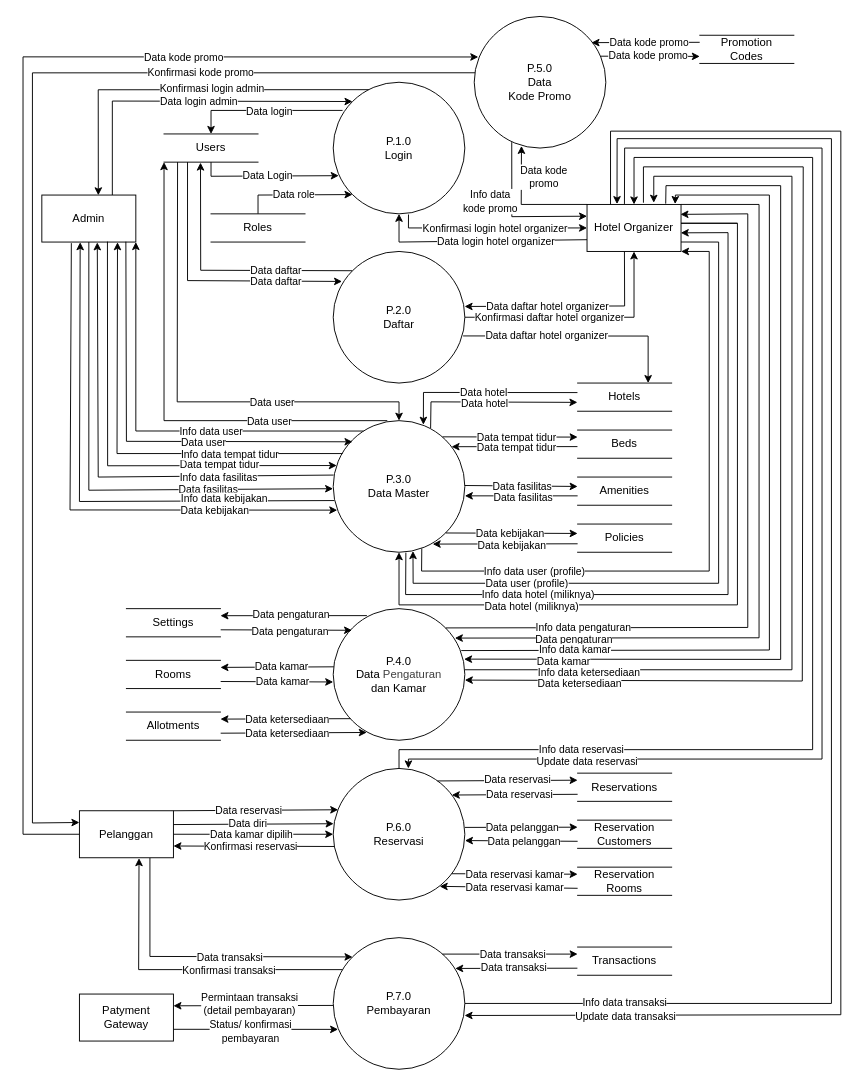
Before: diagram/dfd/dfd-level-0.drawio in Hans-Star18/ta-booking-system, a draw.io diagram. Source tidied: cells renumbered, new cells numbered last; positions are measured from the earlier drawing's top-left corner, leaving out a move shared by most shapes. Both pictures are drawn from the tidied source at 94%, with x=0, y=0 at pixel (23, 16).
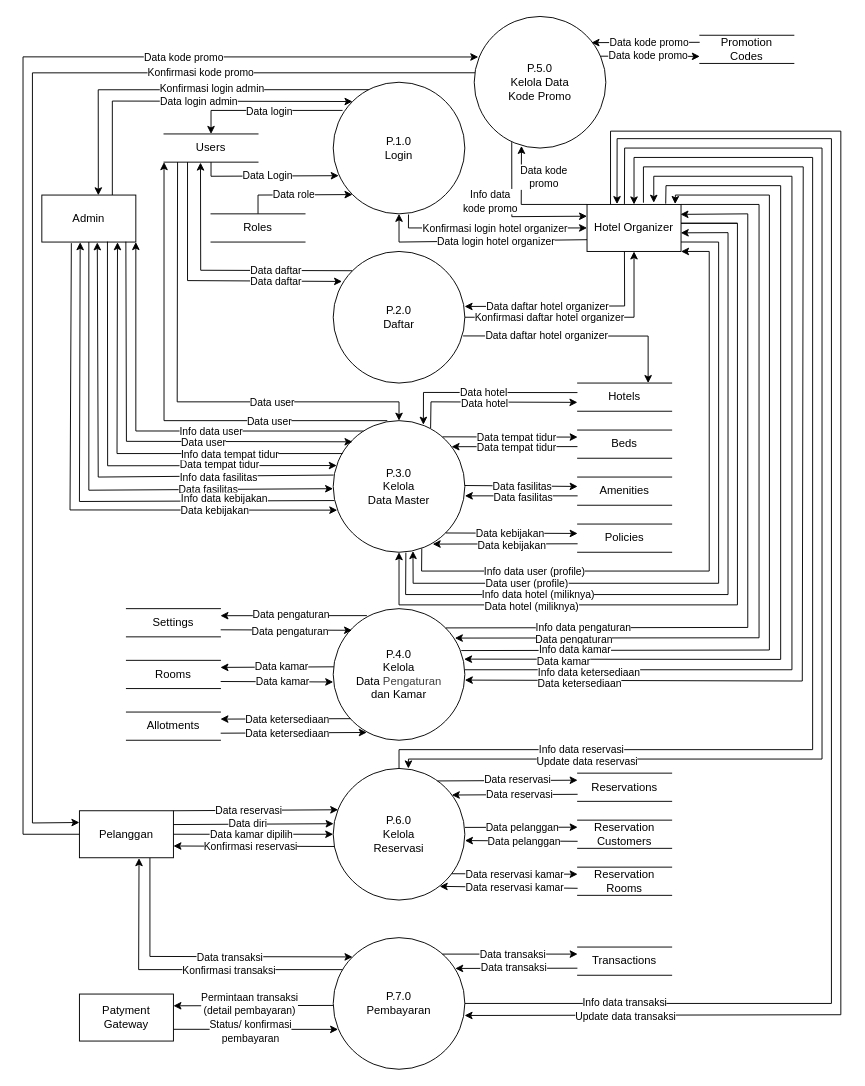
The same page after the edit.

Commit message (it also covers changes not shown here):
refactor(diagram): update diagrams with new process flow

Change to the diagram source:
```diff
@@
-    <mxCell id="3" value="P.3.0&lt;div&gt;Data Master&lt;/div&gt;" style="shape=ellipse;html=1;dashed=0;whiteSpace=wrap;perimeter=ellipsePerimeter;" parent="1" vertex="1">
+    <mxCell id="3" value="P.3.0&lt;div&gt;Kelola&lt;/div&gt;&lt;div&gt;Data Master&lt;/div&gt;" style="shape=ellipse;html=1;dashed=0;whiteSpace=wrap;perimeter=ellipsePerimeter;" parent="1" vertex="1">
       <mxGeometry x="330" y="430" width="140" height="140" as="geometry" />
     </mxCell>
-    <mxCell id="4" value="P.4.0&lt;div&gt;Data&amp;nbsp;&lt;span style=&quot;color: rgb(63, 63, 63); background-color: transparent;&quot;&gt;Pengaturan&lt;/span&gt;&lt;/div&gt;&lt;div&gt;dan Kamar&lt;/div&gt;" style="shape=ellipse;html=1;dashed=0;whiteSpace=wrap;perimeter=ellipsePerimeter;" parent="1" vertex="1">
+    <mxCell id="4" value="P.4.0&lt;div&gt;Kelola&lt;/div&gt;&lt;div&gt;Data&amp;nbsp;&lt;span style=&quot;color: rgb(63, 63, 63); background-color: transparent;&quot;&gt;Pengaturan&lt;/span&gt;&lt;/div&gt;&lt;div&gt;dan Kamar&lt;/div&gt;" style="shape=ellipse;html=1;dashed=0;whiteSpace=wrap;perimeter=ellipsePerimeter;" parent="1" vertex="1">
       <mxGeometry x="330" y="630" width="140" height="140" as="geometry" />
     </mxCell>
-    <mxCell id="5" value="P.5.0&lt;div&gt;Data&lt;/div&gt;&lt;div&gt;Kode Promo&lt;/div&gt;" style="shape=ellipse;html=1;dashed=0;whiteSpace=wrap;perimeter=ellipsePerimeter;" parent="1" vertex="1">
+    <mxCell id="5" value="P.5.0&lt;div&gt;Kelola Data&lt;/div&gt;&lt;div&gt;Kode Promo&lt;/div&gt;" style="shape=ellipse;html=1;dashed=0;whiteSpace=wrap;perimeter=ellipsePerimeter;" parent="1" vertex="1">
       <mxGeometry x="480" width="140" height="140" as="geometry" />
     </mxCell>
-    <mxCell id="6" value="P.6.0&lt;div&gt;Reservasi&lt;/div&gt;" style="shape=ellipse;html=1;dashed=0;whiteSpace=wrap;perimeter=ellipsePerimeter;" parent="1" vertex="1">
+    <mxCell id="6" value="P.6.0&lt;div&gt;Kelola&lt;/div&gt;&lt;div&gt;Reservasi&lt;/div&gt;" style="shape=ellipse;html=1;dashed=0;whiteSpace=wrap;perimeter=ellipsePerimeter;" parent="1" vertex="1">
       <mxGeometry x="330" y="800" width="140" height="140" as="geometry" />
     </mxCell>
```
